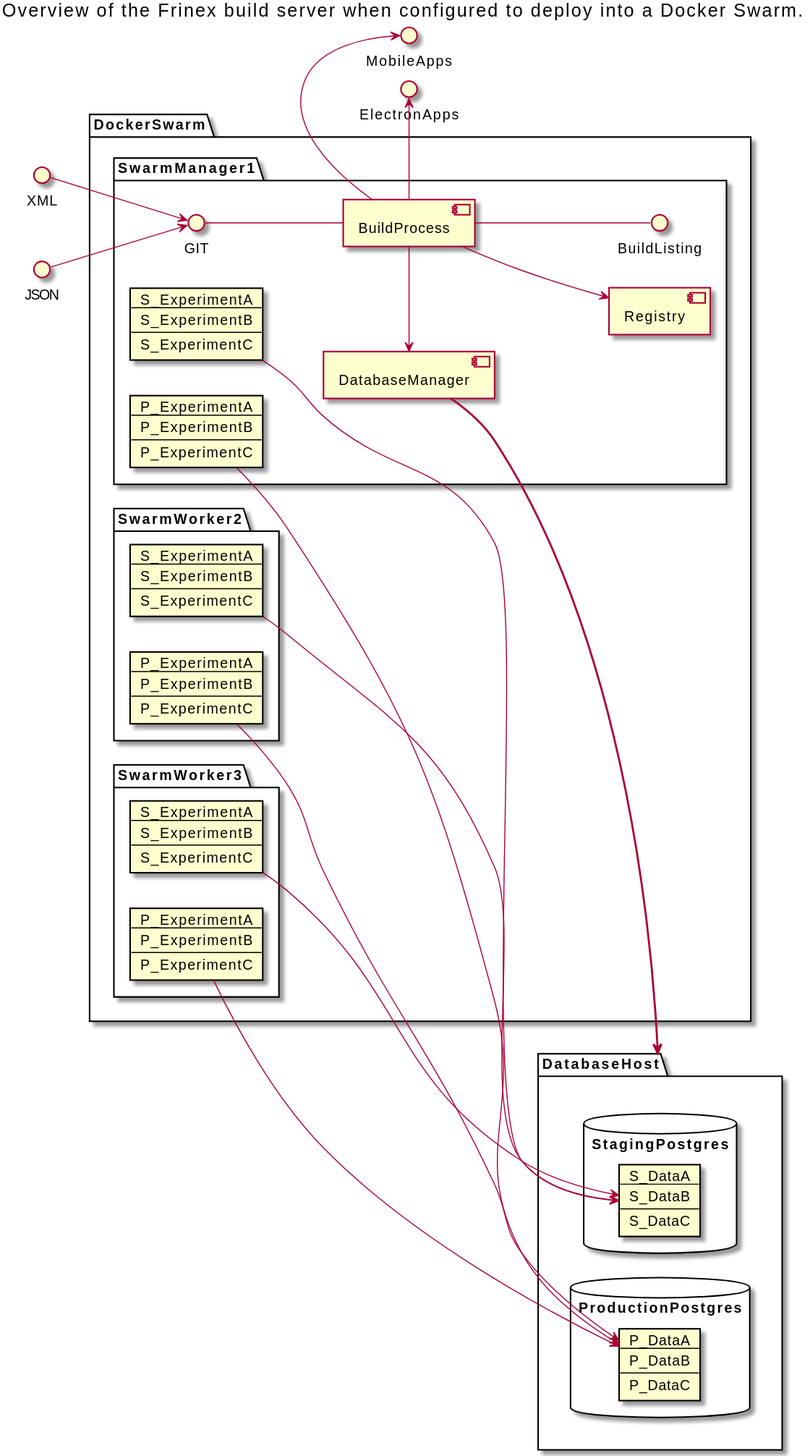
This is src/main/uml/DockerSwarmOverview.svg from MPI-ExperimentGroup/FrinexBuildService, a PlantUML export, as it was before one commit. Source of this version:
```plantuml
@startuml
title Overview of the Frinex build server when configured to deploy into a Docker Swarm.
left to right direction
package "DatabaseHost" {
  database "StagingPostgres" {
    card S_Postgres[
      S_DataA
      ----
      S_DataB
      ----
      S_DataC
    ]
  }
  database "ProductionPostgres" {
    card P_Postgres [
      P_DataA
      ----
      P_DataB
      ----
      P_DataC
    ]
  }
}

package "DockerSwarm" {

  package "SwarmManager1" {
    GIT -- [BuildProcess]
    [BuildProcess] -- BuildListing
    [BuildProcess] -> [DatabaseManager]
    [DatabaseManager] ==> DatabaseHost
    [Registry]
    card Staging1 [
      S_ExperimentA
      ----
      S_ExperimentB
      ----
      S_ExperimentC
    ]
    Staging1 --> S_Postgres
    card Production1 [
      P_ExperimentA
      ----
      P_ExperimentB
      ----
      P_ExperimentC
    ]
    Production1 --> P_Postgres
  }

  package "SwarmWorker2" {
    card Staging2 [
      S_ExperimentA
      ----
      S_ExperimentB
      ----
      S_ExperimentC
    ]
    Staging2 --> S_Postgres
    card Production2 [
      P_ExperimentA
      ----
      P_ExperimentB
      ----
      P_ExperimentC
    ]
    Production2 --> P_Postgres
  }

  package "SwarmWorker3" {
    card Staging3 [
      S_ExperimentA
      ----
      S_ExperimentB
      ----
      S_ExperimentC
    ]
    Staging3 --> S_Postgres
    card Production3 [
      P_ExperimentA
      ----
      P_ExperimentB
      ----
      P_ExperimentC
    ]
    Production3 --> P_Postgres
  }
}

XML --> GIT
JSON --> GIT

BuildProcess -ri-> ElectronApps
BuildProcess -ri-> MobileApps

BuildProcess --> Registry
@enduml
```
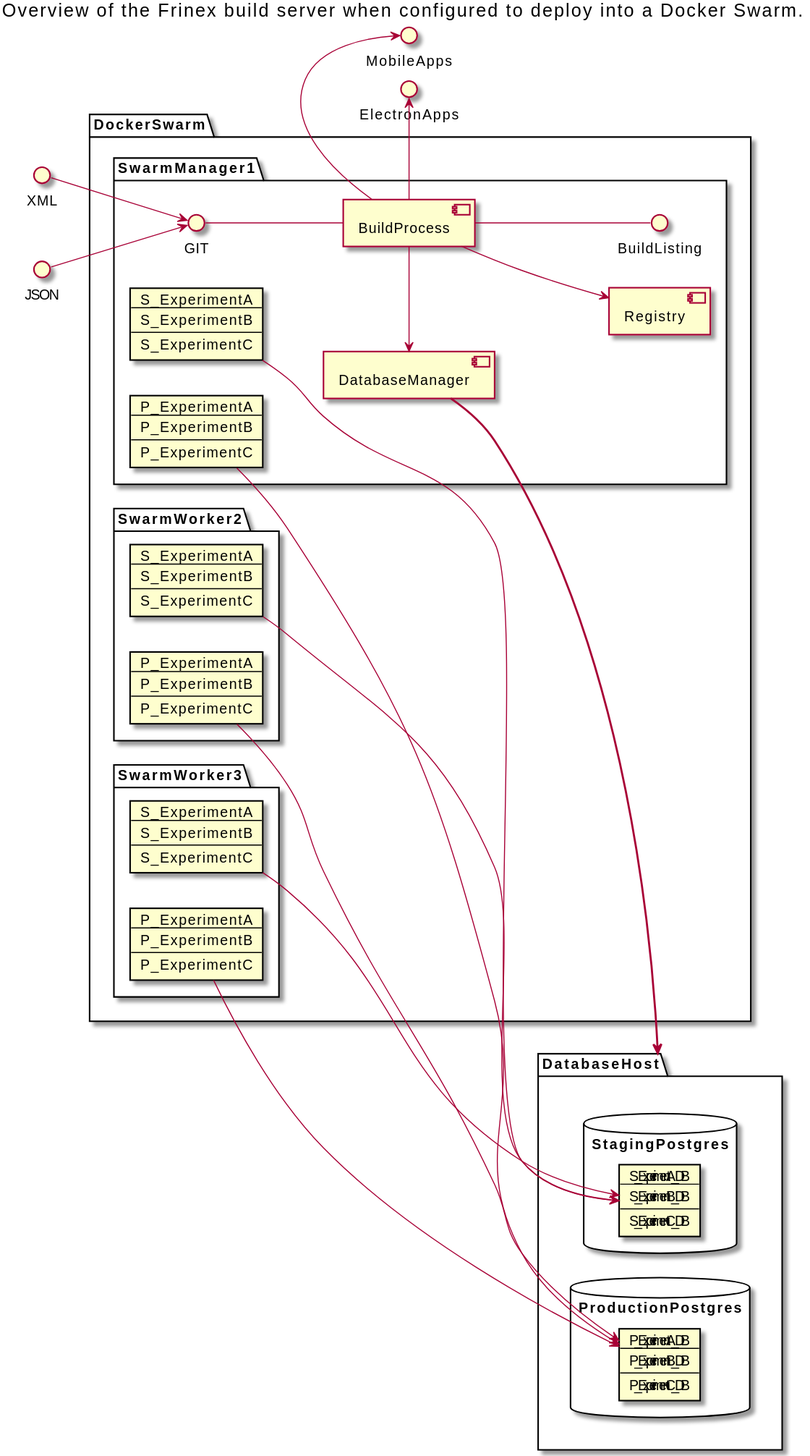
The same file after the commit.

The edit, as a diff of the source:
```diff
@@ -4,20 +4,20 @@
 package "DatabaseHost" {
   database "StagingPostgres" {
     card S_Postgres[
-      S_DataA
+      S_ExperimentA_DB
       ----
-      S_DataB
+      S_ExperimentB_DB
       ----
-      S_DataC
+      S_ExperimentC_DB
     ]
   }
   database "ProductionPostgres" {
     card P_Postgres [
-      P_DataA
+      P_ExperimentA_DB
       ----
-      P_DataB
+      P_ExperimentB_DB
       ----
-      P_DataC
+      P_ExperimentC_DB
     ]
   }
 }
```
